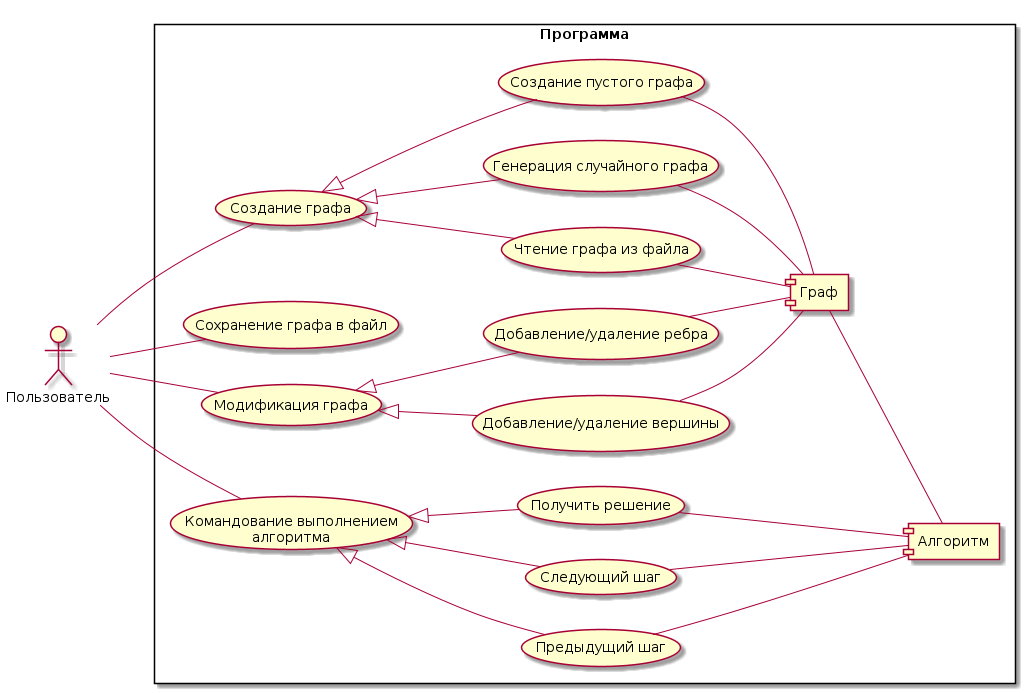
Before: images/usecase.png, a diagram exported from PlantUML (Heliconter/floyd-warshall-visualizer).
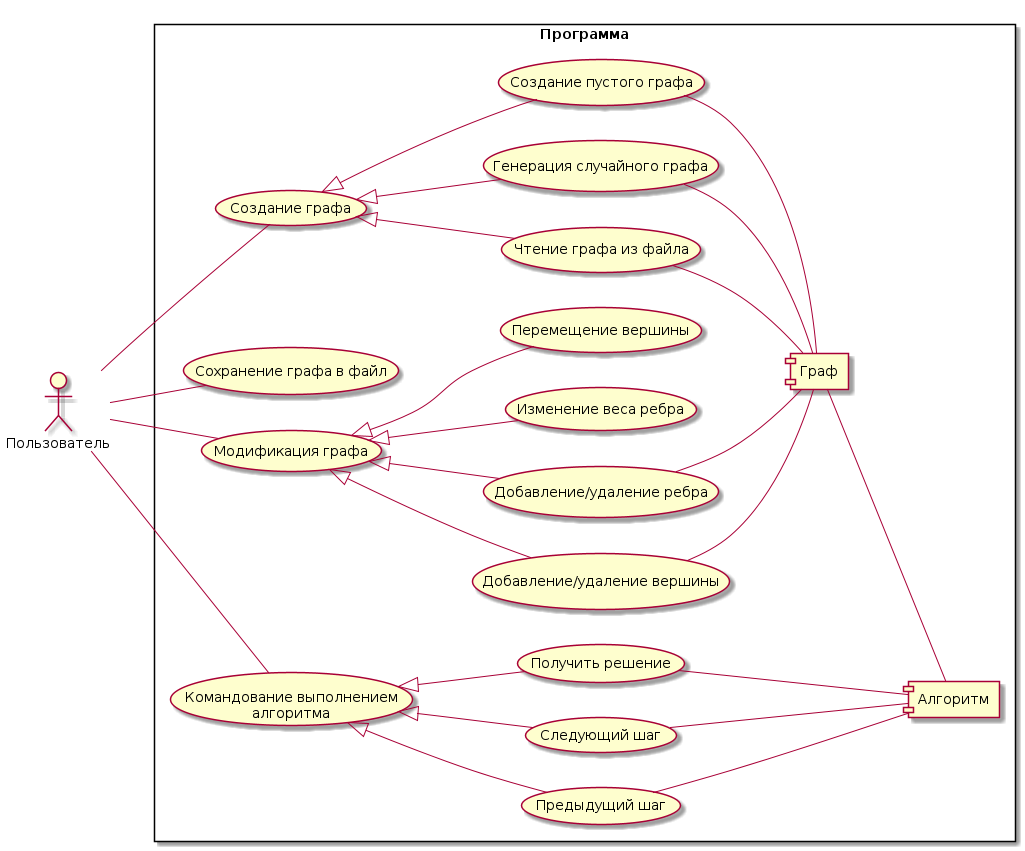
Later version of the same file.

Diff of the diagram source:
```diff
@@ -18,6 +18,8 @@
 		(Модификация графа) as (Modify)
 		(Добавление/удаление вершины) as (ModifyVertex)
 		(Добавление/удаление ребра) as (ModifyEdge)
+		(Изменение веса ребра) as (ModifyWeight)
+		(Перемещение вершины) as (MoveVertex)
 
 		(Командование выполнением\nалгоритма) as (Command)
 		(Предыдущий шаг) as (PrevStep)
@@ -35,6 +37,8 @@
 		Пользователь -- Modify
 		(Modify) <|-- (ModifyVertex)
 		(Modify) <|-- (ModifyEdge)
+		(Modify) <|-- (ModifyWeight)
+		(Modify) <|-- (MoveVertex)
 		(ModifyVertex) -down- Graph
 		(ModifyEdge) -down- Graph
 
```
